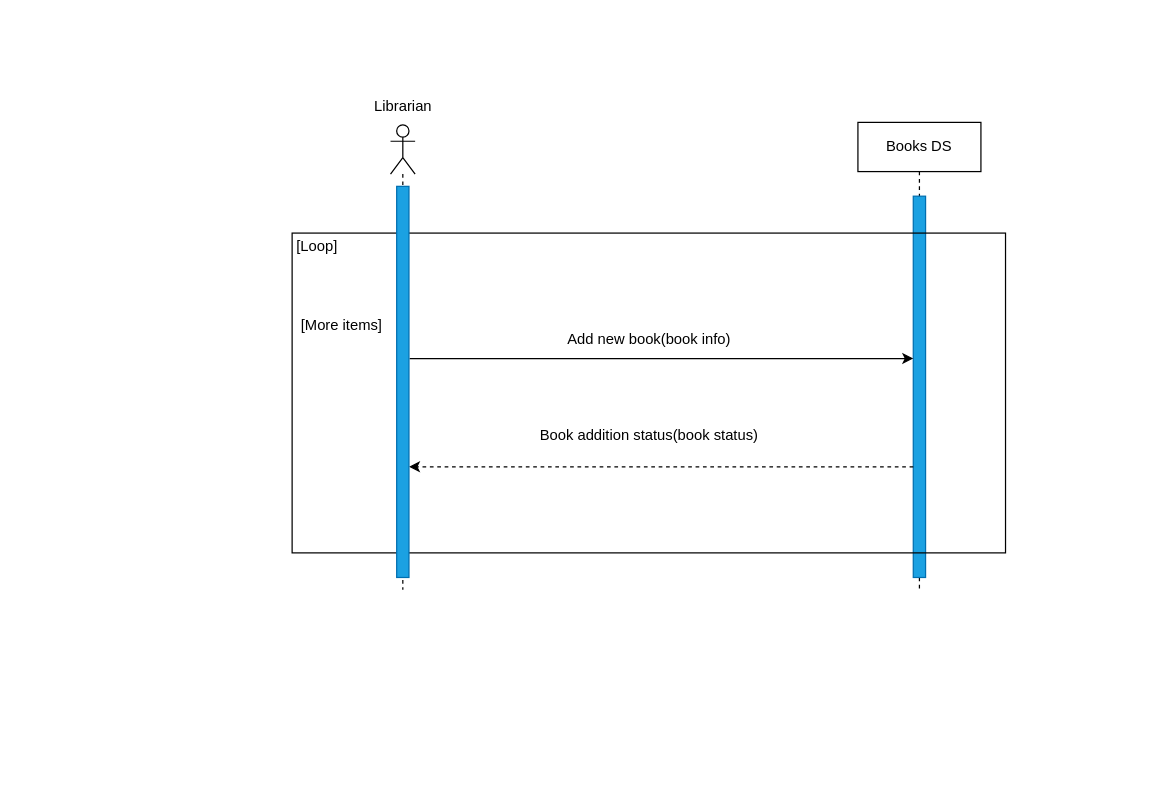
Before: drawio files/Library Management System (Add new book) SD.drawio in Abdulrahman-Sayed-1/Library-Management-System, a draw.io diagram. Source tidied: cells renumbered, new cells numbered last; positions are measured from the earlier drawing's top-left corner, leaving out a move shared by most shapes. Both pictures are drawn from the tidied source at 123%, with x=0, y=0 at pixel (279, 87).
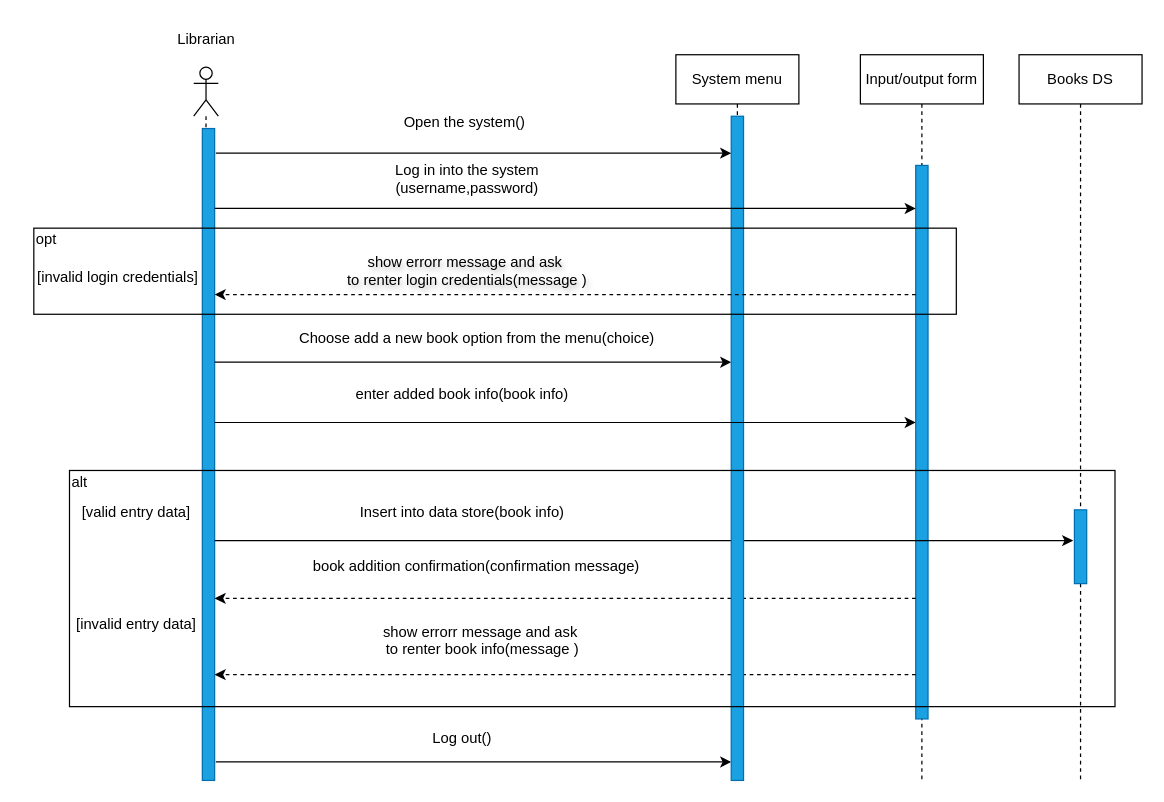
The same page after the edit.

What changed in the source:
```diff
@@
+    <mxCell id="14" style="group;" parent="1" vertex="1">
+      <mxGeometry x="-210" y="-54" width="911" height="617" as="geometry" />
+    </mxCell>
-    <mxCell id="2" value="Books DS" style="shape=umlLifeline;perimeter=lifelinePerimeter;whiteSpace=wrap;html=1;newEdgeStyle={&quot;edgeStyle&quot;:&quot;elbowEdgeStyle&quot;,&quot;elbow&quot;:&quot;vertical&quot;,&quot;curved&quot;:0,&quot;rounded&quot;:0};" parent="1" vertex="1">
-      <mxGeometry x="470" y="28" width="100" height="380" as="geometry" />
+    <mxCell id="2" value="Books DS" style="shape=umlLifeline;perimeter=lifelinePerimeter;whiteSpace=wrap;html=1;newEdgeStyle={&quot;edgeStyle&quot;:&quot;elbowEdgeStyle&quot;,&quot;elbow&quot;:&quot;vertical&quot;,&quot;curved&quot;:0,&quot;rounded&quot;:0};" parent="14" vertex="1">
+      <mxGeometry x="811" y="27" width="100" height="590" as="geometry" />
     </mxCell>
     <mxCell id="3" style="html=1;points=[[0,0,0,0,5],[0,1,0,0,-5],[1,0,0,0,5],[1,1,0,0,-5]];perimeter=orthogonalPerimeter;outlineConnect=0;targetShapes=umlLifeline;portConstraint=eastwest;newEdgeStyle={&quot;curved&quot;:0,&quot;rounded&quot;:0};fillColor=#1ba1e2;fontColor=#ffffff;strokeColor=#006EAF;" parent="2" vertex="1">
-      <mxGeometry x="45" y="60" width="10" height="310" as="geometry" />
+      <mxGeometry x="45" y="370" width="10" height="60" as="geometry" />
     </mxCell>
-    <mxCell id="4" style="rounded=0;whiteSpace=wrap;html=1;fillColor=none;" parent="1" vertex="1">
-      <mxGeometry x="10" y="118" width="580" height="260" as="geometry" />
-    </mxCell>
-    <mxCell id="5" value="[More items]" style="text;html=1;align=center;verticalAlign=middle;strokeColor=none;fillColor=none;" parent="1" vertex="1">
-      <mxGeometry x="5" y="178" width="90" height="30" as="geometry" />
-    </mxCell>
-    <mxCell id="6" value="[Loop]" style="text;html=1;align=center;verticalAlign=middle;strokeColor=none;fillColor=none;" parent="1" vertex="1">
-      <mxGeometry y="114" width="60" height="30" as="geometry" />
-    </mxCell>
-    <mxCell id="7" style="endArrow=classic;html=1;rounded=0;" parent="1" edge="1" target="3">
-      <mxGeometry relative="1" as="geometry">
-        <mxPoint x="105.5" y="220" as="sourcePoint" />
-      </mxGeometry>
-    </mxCell>
-    <mxCell id="8" style="shape=umlLifeline;perimeter=lifelinePerimeter;whiteSpace=wrap;html=1;newEdgeStyle={&quot;curved&quot;:0,&quot;rounded&quot;:0};participant=umlActor;strokeWidth=1;" parent="1" vertex="1">
-      <mxGeometry x="90" y="30" width="20" height="378" as="geometry" />
+    <mxCell id="8" style="shape=umlLifeline;perimeter=lifelinePerimeter;whiteSpace=wrap;html=1;newEdgeStyle={&quot;curved&quot;:0,&quot;rounded&quot;:0};participant=umlActor;strokeWidth=1;" parent="14" vertex="1">
+      <mxGeometry x="140" y="37" width="20" height="457" as="geometry" />
     </mxCell>
-    <mxCell id="9" value="Add new book(book info)" style="text;html=1;align=center;verticalAlign=middle;strokeColor=none;fillColor=none;" parent="1" vertex="1">
-      <mxGeometry x="220" y="190" width="160" height="30" as="geometry" />
-    </mxCell>
-    <mxCell id="10" value="Librarian" style="text;html=1;align=center;verticalAlign=middle;strokeColor=none;fillColor=none;" parent="1" vertex="1">
-      <mxGeometry x="65" width="70" height="30" as="geometry" />
+    <mxCell id="10" value="Librarian" style="text;html=1;align=center;verticalAlign=middle;strokeColor=none;fillColor=none;" parent="14" vertex="1">
+      <mxGeometry x="115" width="70" height="30" as="geometry" />
     </mxCell>
-    <mxCell id="11" value="Book addition status(book status)" style="text;html=1;align=center;verticalAlign=middle;strokeColor=none;fillColor=none;" parent="1" vertex="1">
-      <mxGeometry x="200" y="268" width="200" height="30" as="geometry" />
-    </mxCell>
-    <mxCell id="12" style="html=1;labelBackgroundColor=#ffffff;startArrow=none;startFill=0;startSize=6;endArrow=classic;endFill=1;endSize=6;jettySize=auto;orthogonalLoop=1;strokeWidth=1;dashed=1;fontSize=14;rounded=0;" parent="1" edge="1">
-      <mxGeometry relative="1" as="geometry">
-        <mxPoint x="515" y="308" as="sourcePoint" />
-        <mxPoint x="105" y="308" as="targetPoint" />
-      </mxGeometry>
-    </mxCell>
-    <mxCell id="13" style="html=1;perimeter=orthogonalPerimeter;targetShapes=umlLifeline;newEdgeStyle={&quot;curved&quot;:0,&quot;rounded&quot;:0};fillColor=#1ba1e2;fontColor=#ffffff;strokeColor=#006EAF;" parent="1" vertex="1">
-      <mxGeometry x="95" y="80" width="10" height="318" as="geometry" />
+    <mxCell id="13" style="html=1;perimeter=orthogonalPerimeter;targetShapes=umlLifeline;newEdgeStyle={&quot;curved&quot;:0,&quot;rounded&quot;:0};fillColor=#1ba1e2;fontColor=#ffffff;strokeColor=#006EAF;" parent="14" vertex="1">
+      <mxGeometry x="147" y="87" width="10" height="530" as="geometry" />
     </mxCell>
+    <mxCell id="15" value="System menu" style="shape=umlLifeline;perimeter=lifelinePerimeter;whiteSpace=wrap;html=1;newEdgeStyle={&quot;edgeStyle&quot;:&quot;elbowEdgeStyle&quot;,&quot;elbow&quot;:&quot;vertical&quot;,&quot;curved&quot;:0,&quot;rounded&quot;:0};" parent="14" vertex="1">
+      <mxGeometry x="532" y="27" width="100" height="590" as="geometry" />
+    </mxCell>
+    <mxCell id="16" style="endArrow=classic;html=1;rounded=0;" parent="14" edge="1" target="32">
+      <mxGeometry relative="1" as="geometry">
+        <mxPoint x="157" y="277" as="sourcePoint" />
+      </mxGeometry>
+    </mxCell>
+    <mxCell id="17" value="Choose add a new book&amp;nbsp;option from the menu&lt;span style=&quot;background-color: initial;&quot;&gt;(choice)&lt;/span&gt;" style="text;html=1;align=center;verticalAlign=middle;strokeColor=none;fillColor=none;" parent="14" vertex="1">
+      <mxGeometry x="215" y="243" width="310" height="30" as="geometry" />
+    </mxCell>
+    <mxCell id="18" value="Input/output form" style="shape=umlLifeline;perimeter=lifelinePerimeter;whiteSpace=wrap;html=1;newEdgeStyle={&quot;edgeStyle&quot;:&quot;elbowEdgeStyle&quot;,&quot;elbow&quot;:&quot;vertical&quot;,&quot;curved&quot;:0,&quot;rounded&quot;:0};" parent="14" vertex="1">
+      <mxGeometry x="682" y="27" width="100" height="590" as="geometry" />
+    </mxCell>
+    <mxCell id="19" style="html=1;points=[[0,0,0,0,5],[0,1,0,0,-5],[1,0,0,0,5],[1,1,0,0,-5]];perimeter=orthogonalPerimeter;outlineConnect=0;targetShapes=umlLifeline;portConstraint=eastwest;newEdgeStyle={&quot;curved&quot;:0,&quot;rounded&quot;:0};fillColor=#1ba1e2;fontColor=#ffffff;strokeColor=#006EAF;" parent="18" vertex="1">
+      <mxGeometry x="45" y="90" width="10" height="450" as="geometry" />
+    </mxCell>
+    <mxCell id="20" value="enter added book info(book info)" style="text;html=1;align=center;verticalAlign=middle;strokeColor=none;fillColor=none;" parent="14" vertex="1">
+      <mxGeometry x="258" y="288" width="200" height="30" as="geometry" />
+    </mxCell>
+    <mxCell id="21" style="endArrow=classic;html=1;rounded=0;" parent="14" edge="1">
+      <mxGeometry relative="1" as="geometry">
+        <mxPoint x="157" y="422" as="sourcePoint" />
+        <mxPoint x="855" y="422" as="targetPoint" />
+      </mxGeometry>
+    </mxCell>
+    <mxCell id="22" value="Insert into data store(book info)" style="text;html=1;align=center;verticalAlign=middle;strokeColor=none;fillColor=none;rotation=0;" parent="14" vertex="1">
+      <mxGeometry x="263" y="384" width="190" height="30" as="geometry" />
+    </mxCell>
+    <mxCell id="23" style="html=1;labelBackgroundColor=#ffffff;startArrow=none;startFill=0;startSize=6;endArrow=classic;endFill=1;endSize=6;jettySize=auto;strokeWidth=1;dashed=1;fontSize=14;rounded=0;" parent="14" edge="1" source="19">
+      <mxGeometry relative="1" as="geometry">
+        <mxPoint x="157" y="469" as="targetPoint" />
+      </mxGeometry>
+    </mxCell>
+    <mxCell id="24" value="book addition confirmation(confirmation message)" style="text;align=center;verticalAlign=middle;strokeColor=none;fillColor=none;" parent="14" vertex="1">
+      <mxGeometry x="225" y="427" width="290" height="30" as="geometry" />
+    </mxCell>
+    <mxCell id="25" value="alt" style="text;html=1;align=center;verticalAlign=middle;strokeColor=none;fillColor=none;" parent="14" vertex="1">
+      <mxGeometry x="27" y="360" width="40" height="30" as="geometry" />
+    </mxCell>
+    <mxCell id="26" value="[valid entry data]" style="text;html=1;align=center;verticalAlign=middle;strokeColor=none;fillColor=none;" parent="14" vertex="1">
+      <mxGeometry x="38" y="384" width="110" height="30" as="geometry" />
+    </mxCell>
+    <mxCell id="27" value="[invalid entry data]" style="text;html=1;align=center;verticalAlign=middle;strokeColor=none;fillColor=none;" parent="14" vertex="1">
+      <mxGeometry x="33" y="475" width="120" height="30" as="geometry" />
+    </mxCell>
+    <mxCell id="28" style="html=1;labelBackgroundColor=#ffffff;startArrow=none;startFill=0;startSize=6;endArrow=classic;endFill=1;endSize=6;jettySize=auto;strokeWidth=1;dashed=1;fontSize=14;rounded=0;" parent="14" edge="1" source="19">
+      <mxGeometry relative="1" as="geometry">
+        <mxPoint x="157" y="531" as="targetPoint" />
+      </mxGeometry>
+    </mxCell>
+    <mxCell id="29" value="show errorr message and ask &#10;to renter book info(message )" style="text;align=center;verticalAlign=middle;strokeColor=none;fillColor=none;" parent="14" vertex="1">
+      <mxGeometry x="285" y="483" width="180" height="40" as="geometry" />
+    </mxCell>
+    <mxCell id="30" style="endArrow=classic;html=1;rounded=0;" parent="14" edge="1">
+      <mxGeometry relative="1" as="geometry">
+        <mxPoint x="158" y="602" as="sourcePoint" />
+        <mxPoint x="577" y="602" as="targetPoint" />
+      </mxGeometry>
+    </mxCell>
+    <mxCell id="31" value="Log out()" style="text;html=1;align=center;verticalAlign=middle;strokeColor=none;fillColor=none;" parent="14" vertex="1">
+      <mxGeometry x="323" y="568" width="70" height="30" as="geometry" />
+    </mxCell>
+    <mxCell id="32" style="html=1;points=[[0,0,0,0,5],[0,1,0,0,-5],[1,0,0,0,5],[1,1,0,0,-5]];perimeter=orthogonalPerimeter;outlineConnect=0;targetShapes=umlLifeline;portConstraint=eastwest;newEdgeStyle={&quot;curved&quot;:0,&quot;rounded&quot;:0};fillColor=#1ba1e2;fontColor=#ffffff;strokeColor=#006EAF;" parent="14" vertex="1">
+      <mxGeometry x="577" y="77" width="10" height="540" as="geometry" />
+    </mxCell>
+    <mxCell id="33" style="endArrow=classic;html=1;rounded=0;" parent="14" edge="1" target="32">
+      <mxGeometry relative="1" as="geometry">
+        <mxPoint x="158" y="107" as="sourcePoint" />
+      </mxGeometry>
+    </mxCell>
+    <mxCell id="34" value="Open the system()" style="text;html=1;align=center;verticalAlign=middle;strokeColor=none;fillColor=none;" parent="14" vertex="1">
+      <mxGeometry x="300" y="67" width="120" height="30" as="geometry" />
+    </mxCell>
+    <mxCell id="35" style="endArrow=classic;html=1;rounded=0;" parent="14" edge="1">
+      <mxGeometry relative="1" as="geometry">
+        <mxPoint x="157" y="152" as="sourcePoint" />
+        <mxPoint x="727" y="152" as="targetPoint" />
+      </mxGeometry>
+    </mxCell>
+    <mxCell id="36" value="Log in into the system&lt;div&gt;(username,password)&lt;/div&gt;" style="text;html=1;align=center;verticalAlign=middle;strokeColor=none;fillColor=none;" parent="14" vertex="1">
+      <mxGeometry x="292" y="108" width="140" height="40" as="geometry" />
+    </mxCell>
+    <mxCell id="37" style="rounded=0;whiteSpace=wrap;html=1;fillColor=none;" parent="14" vertex="1">
+      <mxGeometry x="10" y="168" width="750" height="70" as="geometry" />
+    </mxCell>
+    <mxCell id="38" value="opt" style="text;html=1;align=center;verticalAlign=middle;strokeColor=none;fillColor=none;" parent="14" vertex="1">
+      <mxGeometry y="162" width="40" height="30" as="geometry" />
+    </mxCell>
+    <mxCell id="39" value="[invalid login credentials]" style="text;html=1;align=center;verticalAlign=middle;strokeColor=none;fillColor=none;" parent="14" vertex="1">
+      <mxGeometry x="3" y="193" width="150" height="30" as="geometry" />
+    </mxCell>
+    <mxCell id="40" style="html=1;labelBackgroundColor=#ffffff;startArrow=none;startFill=0;startSize=6;endArrow=classic;endFill=1;endSize=6;jettySize=auto;orthogonalLoop=1;strokeWidth=1;dashed=1;fontSize=14;rounded=0;" parent="14" edge="1">
+      <mxGeometry relative="1" as="geometry">
+        <mxPoint x="727" y="222" as="sourcePoint" />
+        <mxPoint x="157" y="222" as="targetPoint" />
+      </mxGeometry>
+    </mxCell>
+    <mxCell id="41" value="show errorr&amp;nbsp;message and ask&amp;nbsp;&lt;div&gt;to renter login credentials(message&amp;nbsp;)&lt;/div&gt;" style="text;align=center;verticalAlign=middle;strokeColor=none;fillColor=none;strokeWidth=1;perimeterSpacing=0;spacing=2;spacingTop=0;spacingLeft=0;spacingBottom=0;textShadow=1;html=1;" parent="14" vertex="1">
+      <mxGeometry x="252" y="183" width="220" height="40" as="geometry" />
+    </mxCell>
+    <mxCell id="42" style="endArrow=classic;html=1;rounded=0;" parent="14" edge="1">
+      <mxGeometry relative="1" as="geometry">
+        <mxPoint x="157" y="326" as="sourcePoint" />
+        <mxPoint x="727" y="326" as="targetPoint" />
+      </mxGeometry>
+    </mxCell>
+    <mxCell id="43" style="rounded=0;whiteSpace=wrap;html=1;fillColor=none;" parent="14" vertex="1">
+      <mxGeometry x="39" y="365" width="850" height="192" as="geometry" />
+    </mxCell>
```
